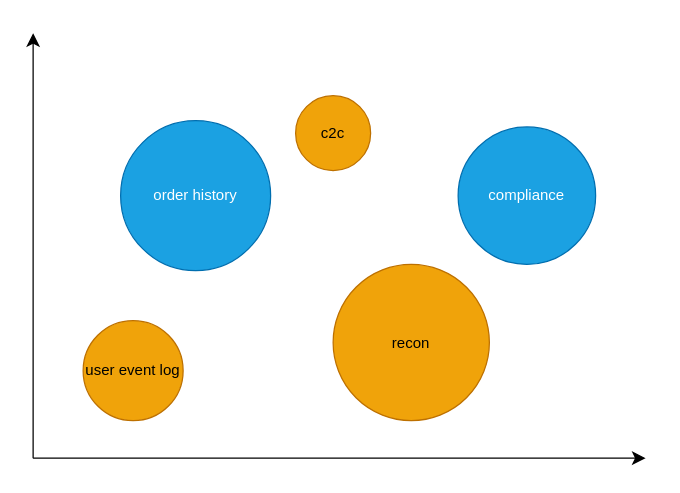
This is doc/databend-business.drawio from jackjoesh/databend, a draw.io file, before an edit. Source tidied: cells renumbered, new cells numbered last; positions are measured from the earlier drawing's top-left corner, leaving out a move shared by most shapes. Both pictures are drawn from the tidied source at 125%, with x=0, y=0 at pixel (32, 32).
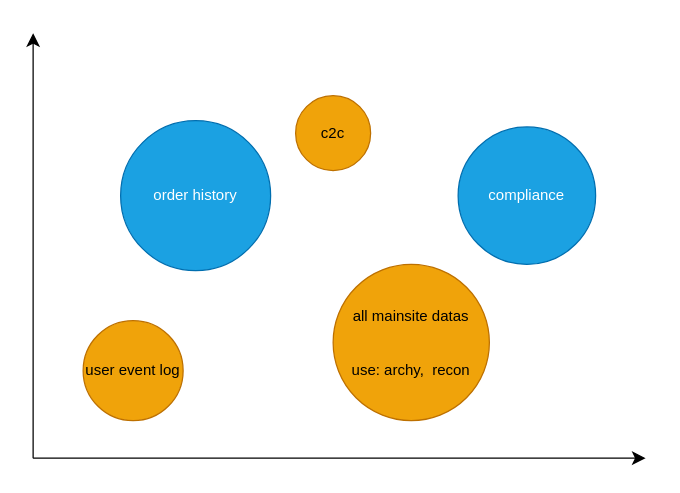
The same diagram, later.

What changed in the source:
```diff
@@
 <mxGraphModel>
   <root>
     <mxCell id="0" />
     <mxCell id="1" parent="0" />
     <mxCell id="2" style="edgeStyle=segmentEdgeStyle;endArrow=classic;html=1;curved=0;rounded=0;endSize=8;startSize=8;" parent="1" edge="1">
       <mxGeometry relative="1" as="geometry">
         <mxPoint y="340" as="sourcePoint" />
         <mxPoint x="490" y="340" as="targetPoint" />
       </mxGeometry>
     </mxCell>
     <mxCell id="3" style="edgeStyle=segmentEdgeStyle;endArrow=classic;html=1;curved=0;rounded=0;endSize=8;startSize=8;" parent="1" edge="1">
       <mxGeometry relative="1" as="geometry">
         <mxPoint y="340" as="sourcePoint" />
         <mxPoint as="targetPoint" />
       </mxGeometry>
     </mxCell>
     <mxCell id="4" value="order history" style="ellipse;whiteSpace=wrap;html=1;fillColor=#1ba1e2;fontColor=#ffffff;strokeColor=#006EAF;" parent="1" vertex="1">
       <mxGeometry x="70" y="70" width="120" height="120" as="geometry" />
     </mxCell>
     <mxCell id="5" value="user event log" style="ellipse;whiteSpace=wrap;html=1;fillColor=#f0a30a;fontColor=#000000;strokeColor=#BD7000;" parent="1" vertex="1">
       <mxGeometry x="40" y="230" width="80" height="80" as="geometry" />
     </mxCell>
     <mxCell id="6" value="compliance" style="ellipse;whiteSpace=wrap;html=1;fillColor=#1ba1e2;fontColor=#ffffff;strokeColor=#006EAF;" parent="1" vertex="1">
       <mxGeometry x="340" y="75" width="110" height="110" as="geometry" />
     </mxCell>
     <mxCell id="7" value="c2c" style="ellipse;whiteSpace=wrap;html=1;fillColor=#f0a30a;fontColor=#000000;strokeColor=#BD7000;" parent="1" vertex="1">
       <mxGeometry x="210" y="50" width="60" height="60" as="geometry" />
     </mxCell>
-    <mxCell id="8" value="recon" style="ellipse;whiteSpace=wrap;html=1;fillColor=#f0a30a;fontColor=#000000;strokeColor=#BD7000;" parent="1" vertex="1">
+    <mxCell id="8" value="all mainsite datas&lt;br&gt;&lt;br&gt;&lt;br&gt;use: archy,&amp;nbsp; recon" style="ellipse;whiteSpace=wrap;html=1;fillColor=#f0a30a;fontColor=#000000;strokeColor=#BD7000;" parent="1" vertex="1">
       <mxGeometry x="240" y="185" width="125" height="125" as="geometry" />
     </mxCell>
   </root>
 </mxGraphModel>
```
